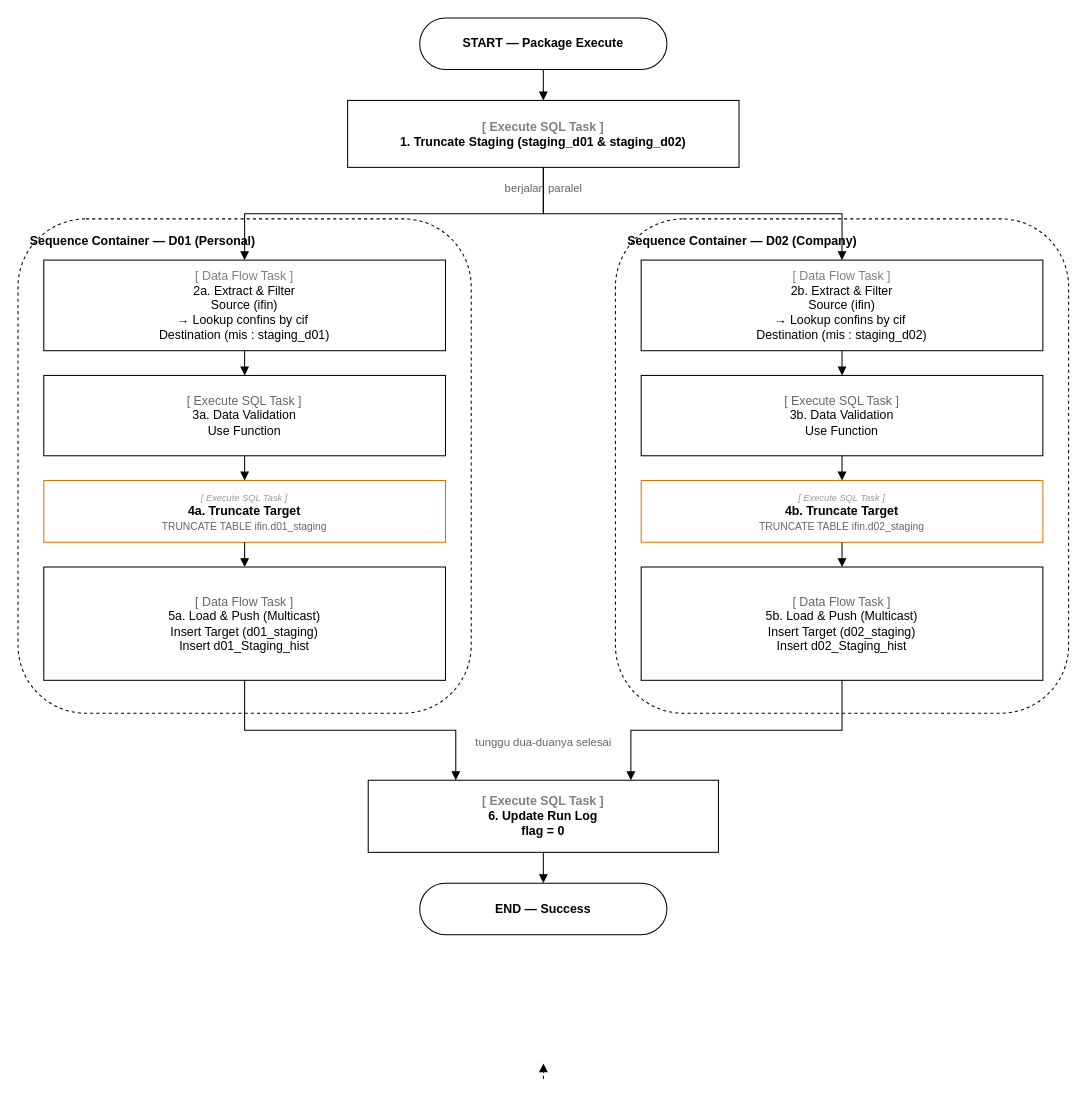
This is diagrams/slik-process-flow.drawio from mcellina/flow_process_1, a draw.io file, before an edit. Source tidied: cells renumbered, new cells numbered last; positions are measured from the earlier drawing's top-left corner, leaving out a move shared by most shapes. Both pictures are drawn from the tidied source at 103%, with x=0, y=0 at pixel (18, 18).
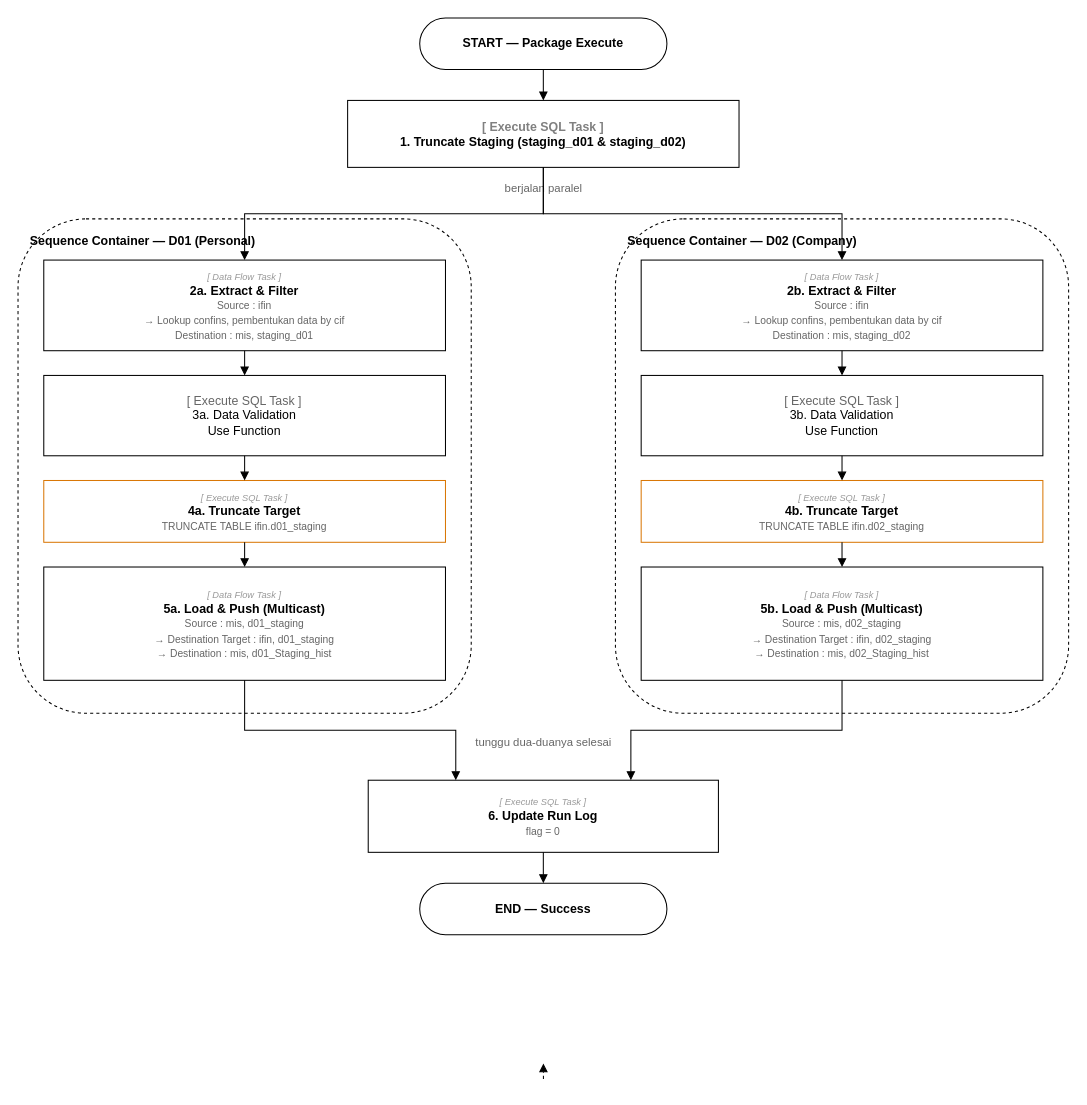
After the change.

Commit message (it also covers changes not shown here):
Align Load & Push / Extract & Filter wording between D01 and D02 branches

2a/2b: 'Source : ifin / -> Lookup confins, pembentukan data by cif /
Destination : mis, staging_dXX'
5a/5b: 'Source : mis, dXX_staging / -> Destination Target : ifin,
dXX_staging / -> Destination : mis, dXX_Staging_hist'

The edit, as a diff of the source:
```diff
@@
-    <mxCell id="6" value="&lt;div style=&quot;&quot;&gt;&lt;span style=&quot;background-color: transparent; color: light-dark(rgb(128, 128, 128), rgb(255, 255, 255));&quot;&gt;[ Data Flow Task ]&lt;/span&gt;&lt;/div&gt;2a. Extract &amp;amp; Filter&lt;br&gt;Source (ifin)&lt;br&gt;→ Lookup confins by cif&amp;nbsp;&lt;div&gt;Destination (mis : staging_d01)&lt;/div&gt;" style="rounded=0;whiteSpace=wrap;html=1;align=center;verticalAlign=middle;spacing=4;" parent="1" vertex="1">
+    <mxCell id="6" value="&lt;font style='font-size:9px;color:#999999'&gt;&lt;i&gt;[ Data Flow Task ]&lt;/i&gt;&lt;/font&gt;&lt;br&gt;&lt;b&gt;2a. Extract &amp;amp; Filter&lt;/b&gt;&lt;br&gt;&lt;font style='font-size:10px;color:#666666'&gt;Source : ifin&lt;/font&gt;&lt;br&gt;&lt;font style='font-size:10px;color:#666666'&gt;→ Lookup confins, pembentukan data by cif&lt;/font&gt;&lt;br&gt;&lt;font style='font-size:10px;color:#666666'&gt;Destination : mis, staging_d01&lt;/font&gt;" style="rounded=0;whiteSpace=wrap;html=1;align=center;verticalAlign=middle;spacing=4;" parent="1" vertex="1">
       <mxGeometry x="25" y="235" width="390" height="88" as="geometry" />
     </mxCell>
@@
-    <mxCell id="9" value="&lt;span style=&quot;color: rgb(102, 102, 102);&quot;&gt;[ Data Flow Task ]&lt;/span&gt;&lt;br&gt;5a. Load &amp;amp; Push (Multicast)&lt;br&gt;Insert Target (d01_staging)&lt;br&gt;Insert d01_Staging_hist" style="rounded=0;whiteSpace=wrap;html=1;align=center;verticalAlign=middle;spacing=4;" parent="1" vertex="1">
+    <mxCell id="9" value="&lt;font style='font-size:9px;color:#999999'&gt;&lt;i&gt;[ Data Flow Task ]&lt;/i&gt;&lt;/font&gt;&lt;br&gt;&lt;b&gt;5a. Load &amp;amp; Push (Multicast)&lt;/b&gt;&lt;br&gt;&lt;font style='font-size:10px;color:#666666'&gt;Source : mis, d01_staging&lt;/font&gt;&lt;br&gt;&lt;font style='font-size:10px;color:#666666'&gt;→ Destination Target : ifin, d01_staging&lt;/font&gt;&lt;br&gt;&lt;font style='font-size:10px;color:#666666'&gt;→ Destination : mis, d01_Staging_hist&lt;/font&gt;" style="rounded=0;whiteSpace=wrap;html=1;align=center;verticalAlign=middle;spacing=4;" parent="1" vertex="1">
       <mxGeometry x="25" y="533" width="390" height="110" as="geometry" />
     </mxCell>
@@
-    <mxCell id="11" value="&lt;span style=&quot;color: rgb(128, 128, 128);&quot;&gt;[ Data Flow Task ]&lt;br&gt;&lt;/span&gt;2b. Extract &amp;amp; Filter&lt;br&gt;Source (ifin)&lt;br&gt;→ Lookup confins by cif&amp;nbsp;&lt;div&gt;Destination (mis : staging_d02)&lt;/div&gt;" style="rounded=0;whiteSpace=wrap;html=1;align=center;verticalAlign=middle;spacing=4;" parent="1" vertex="1">
+    <mxCell id="11" value="&lt;font style='font-size:9px;color:#999999'&gt;&lt;i&gt;[ Data Flow Task ]&lt;/i&gt;&lt;/font&gt;&lt;br&gt;&lt;b&gt;2b. Extract &amp;amp; Filter&lt;/b&gt;&lt;br&gt;&lt;font style='font-size:10px;color:#666666'&gt;Source : ifin&lt;/font&gt;&lt;br&gt;&lt;font style='font-size:10px;color:#666666'&gt;→ Lookup confins, pembentukan data by cif&lt;/font&gt;&lt;br&gt;&lt;font style='font-size:10px;color:#666666'&gt;Destination : mis, staging_d02&lt;/font&gt;" style="rounded=0;whiteSpace=wrap;html=1;align=center;verticalAlign=middle;spacing=4;" parent="1" vertex="1">
       <mxGeometry x="605" y="235" width="390" height="88" as="geometry" />
     </mxCell>
@@
-    <mxCell id="14" value="&lt;span style=&quot;color: rgb(102, 102, 102);&quot;&gt;[ Data Flow Task ]&lt;/span&gt;&lt;br&gt;5b. Load &amp;amp; Push (Multicast)&lt;br&gt;Insert Target (d02_staging)&lt;div&gt;Insert d02_Staging_hist&lt;/div&gt;" style="rounded=0;whiteSpace=wrap;html=1;align=center;verticalAlign=middle;spacing=4;" parent="1" vertex="1">
+    <mxCell id="14" value="&lt;font style='font-size:9px;color:#999999'&gt;&lt;i&gt;[ Data Flow Task ]&lt;/i&gt;&lt;/font&gt;&lt;br&gt;&lt;b&gt;5b. Load &amp;amp; Push (Multicast)&lt;/b&gt;&lt;br&gt;&lt;font style='font-size:10px;color:#666666'&gt;Source : mis, d02_staging&lt;/font&gt;&lt;br&gt;&lt;font style='font-size:10px;color:#666666'&gt;→ Destination Target : ifin, d02_staging&lt;/font&gt;&lt;br&gt;&lt;font style='font-size:10px;color:#666666'&gt;→ Destination : mis, d02_Staging_hist&lt;/font&gt;" style="rounded=0;whiteSpace=wrap;html=1;align=center;verticalAlign=middle;spacing=4;" parent="1" vertex="1">
       <mxGeometry x="605" y="533" width="390" height="110" as="geometry" />
     </mxCell>
@@
-    <mxCell id="16" value="&lt;span style=&quot;color: rgb(128, 128, 128);&quot;&gt;[ Execute SQL Task ]&lt;/span&gt;&lt;br&gt;6. Update Run Log&lt;br&gt;flag = 0" style="rounded=0;whiteSpace=wrap;html=1;align=center;verticalAlign=middle;fontStyle=1;spacing=4;" parent="1" vertex="1">
+    <mxCell id="16" value="&lt;font style='font-size:9px;color:#999999'&gt;&lt;i&gt;[ Execute SQL Task ]&lt;/i&gt;&lt;/font&gt;&lt;br&gt;&lt;b&gt;6. Update Run Log&lt;/b&gt;&lt;br&gt;&lt;font style='font-size:10px;color:#666666'&gt;flag = 0&lt;/font&gt;" style="rounded=0;whiteSpace=wrap;html=1;align=center;verticalAlign=middle;spacing=4;" parent="1" vertex="1">
       <mxGeometry x="340" y="740" width="340" height="70" as="geometry" />
     </mxCell>
```
